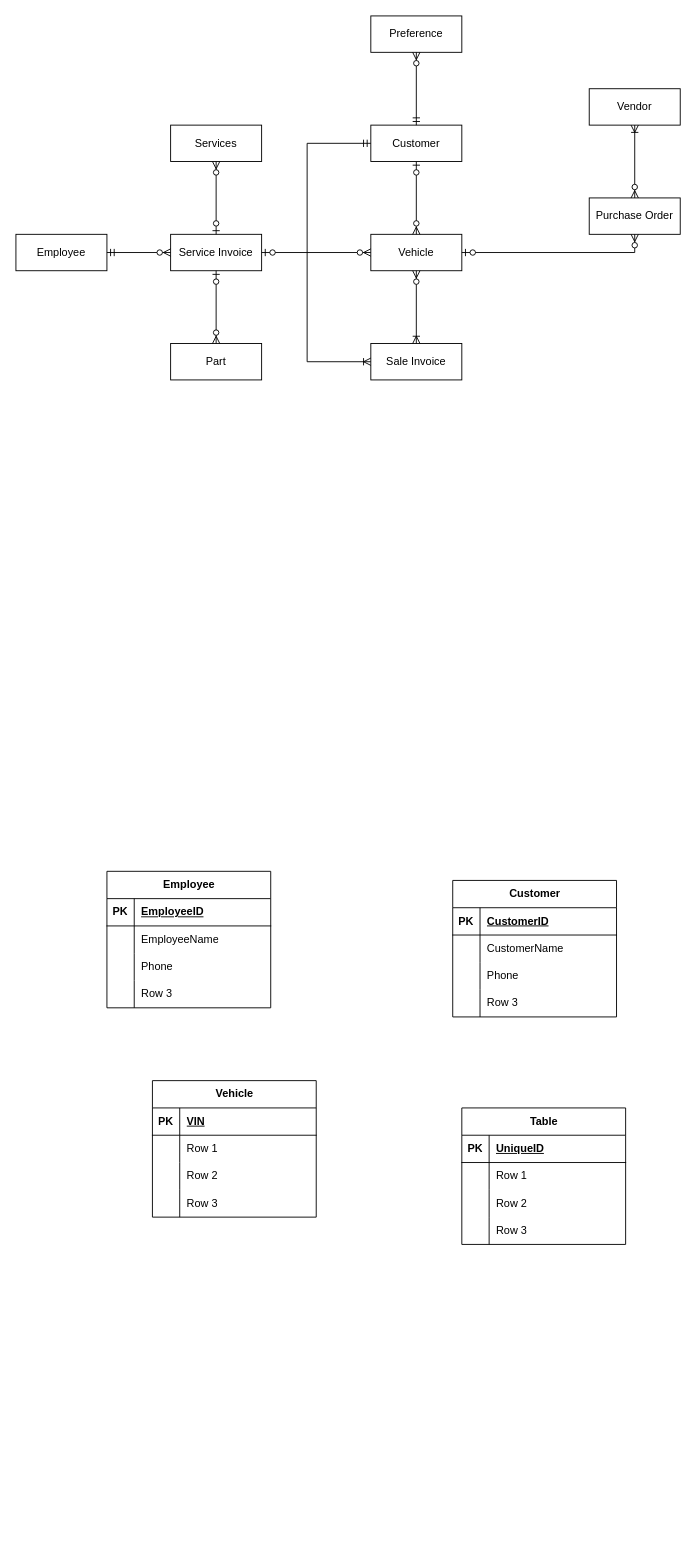
jocamp11/BUS393Project keeps this draw.io diagram as ERDProject.drawio. Above is the earlier version. Source tidied: cells renumbered, new cells numbered last; positions are measured from the earlier drawing's top-left corner, leaving out a move shared by most shapes. Both pictures are drawn from the tidied source at 91%, with x=0, y=0 at pixel (15, 15).
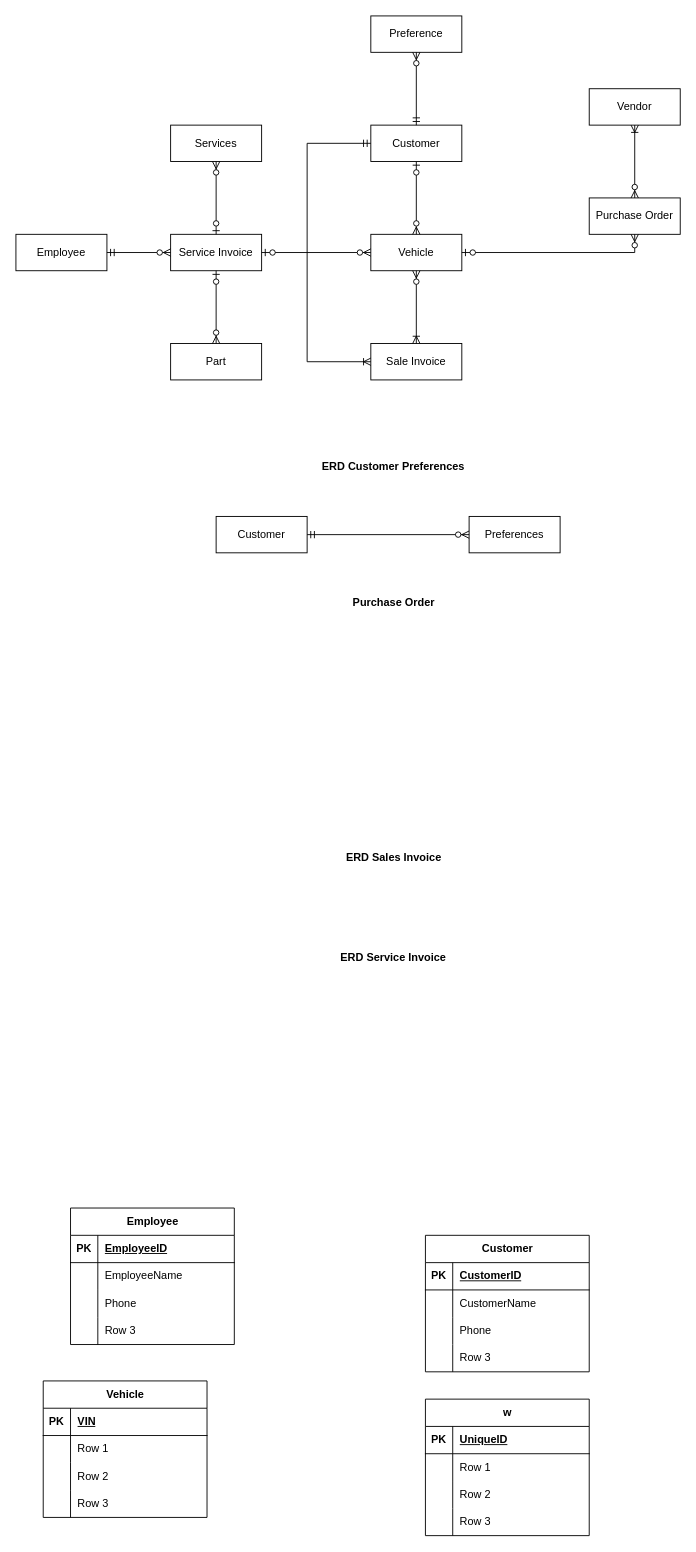
The same page after the edit.

The edit, as a diff of the source:
```diff
@@
     <mxCell id="11" value="Employee" style="shape=table;startSize=30;childLayout=tableLayout;rowLines=0;fontStyle=1;align=center;html=1;" parent="1" vertex="1">
-      <mxGeometry x="100" y="940" width="180" height="150" as="geometry" />
+      <mxGeometry x="60" y="1310" width="180" height="150" as="geometry" />
     </mxCell>
@@
     <mxCell id="24" value="Customer" style="shape=table;startSize=30;childLayout=tableLayout;rowLines=0;fontStyle=1;align=center;html=1;" parent="1" vertex="1">
-      <mxGeometry x="480" y="950" width="180" height="150" as="geometry" />
+      <mxGeometry x="450" y="1340" width="180" height="150" as="geometry" />
     </mxCell>
@@
     <mxCell id="47" value="Vehicle" style="shape=table;startSize=30;childLayout=tableLayout;rowLines=0;fontStyle=1;align=center;html=1;" parent="1" vertex="1">
-      <mxGeometry x="150" y="1170" width="180" height="150" as="geometry" />
+      <mxGeometry x="30" y="1500" width="180" height="150" as="geometry" />
     </mxCell>
@@
-    <mxCell id="60" value="Table" style="shape=table;startSize=30;childLayout=tableLayout;rowLines=0;fontStyle=1;align=center;html=1;" parent="1" vertex="1">
-      <mxGeometry x="490" y="1200" width="180" height="150" as="geometry" />
+    <mxCell id="60" value="w" style="shape=table;startSize=30;childLayout=tableLayout;rowLines=0;fontStyle=1;align=center;html=1;" parent="1" vertex="1">
+      <mxGeometry x="450" y="1520" width="180" height="150" as="geometry" />
     </mxCell>
@@
+    <mxCell id="74" value="&lt;b&gt;ERD Customer Preferences&lt;/b&gt;" style="text;html=1;strokeColor=none;fillColor=none;align=center;verticalAlign=middle;whiteSpace=wrap;rounded=0;" parent="1" vertex="1">
+      <mxGeometry x="320" y="480" width="190" height="30" as="geometry" />
+    </mxCell>
+    <mxCell id="75" value="&lt;b&gt;ERD Sales Invoice&lt;/b&gt;" style="text;html=1;strokeColor=none;fillColor=none;align=center;verticalAlign=middle;whiteSpace=wrap;rounded=0;" parent="1" vertex="1">
+      <mxGeometry x="333" y="910" width="165" height="30" as="geometry" />
+    </mxCell>
+    <mxCell id="76" value="&lt;b&gt;ERD Service Invoice&lt;/b&gt;" style="text;html=1;strokeColor=none;fillColor=none;align=center;verticalAlign=middle;whiteSpace=wrap;rounded=0;" parent="1" vertex="1">
+      <mxGeometry x="325" y="1020" width="180" height="30" as="geometry" />
+    </mxCell>
+    <mxCell id="77" value="&lt;b&gt;Purchase Order&lt;/b&gt;" style="text;html=1;strokeColor=none;fillColor=none;align=center;verticalAlign=middle;whiteSpace=wrap;rounded=0;" parent="1" vertex="1">
+      <mxGeometry x="348" y="630" width="135" height="30" as="geometry" />
+    </mxCell>
+    <mxCell id="78" value="Customer" style="whiteSpace=wrap;html=1;align=center;" parent="1" vertex="1">
+      <mxGeometry x="220" y="550" width="100" height="40" as="geometry" />
+    </mxCell>
+    <mxCell id="79" value="&lt;div&gt;Preferences&lt;/div&gt;" style="whiteSpace=wrap;html=1;align=center;" parent="1" vertex="1">
+      <mxGeometry x="498" y="550" width="100" height="40" as="geometry" />
+    </mxCell>
+    <mxCell id="80" style="fontSize=12;html=1;endArrow=ERzeroToMany;startArrow=ERmandOne;rounded=0;entryX=0;entryY=0.5;entryDx=0;entryDy=0;exitX=1;exitY=0.5;exitDx=0;exitDy=0;" parent="1" edge="1" source="78" target="79">
+      <mxGeometry relative="1" as="geometry" />
+    </mxCell>
```
